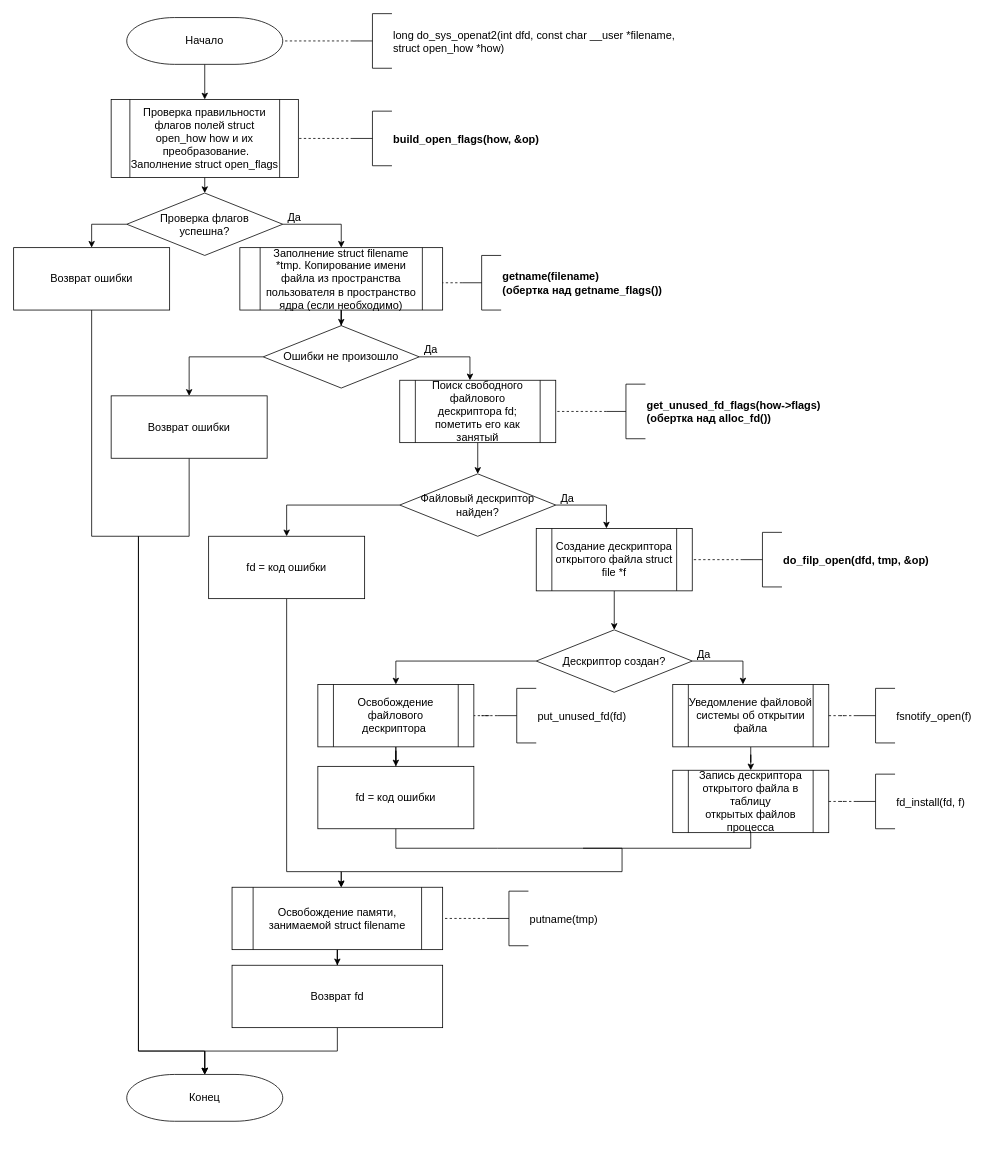
This is page "do_sys_openat2" (3 of 11) of lab_06/tex/img/clean.drawio from alena-zayts/BMSTU_6sem_operating_systems, a draw.io file, before an edit. Source tidied: cells renumbered, new cells numbered last; positions are measured from the earlier drawing's top-left corner, leaving out a move shared by most shapes. Both pictures are drawn from the tidied source at 78%, with x=0, y=0 at pixel (13, 13).
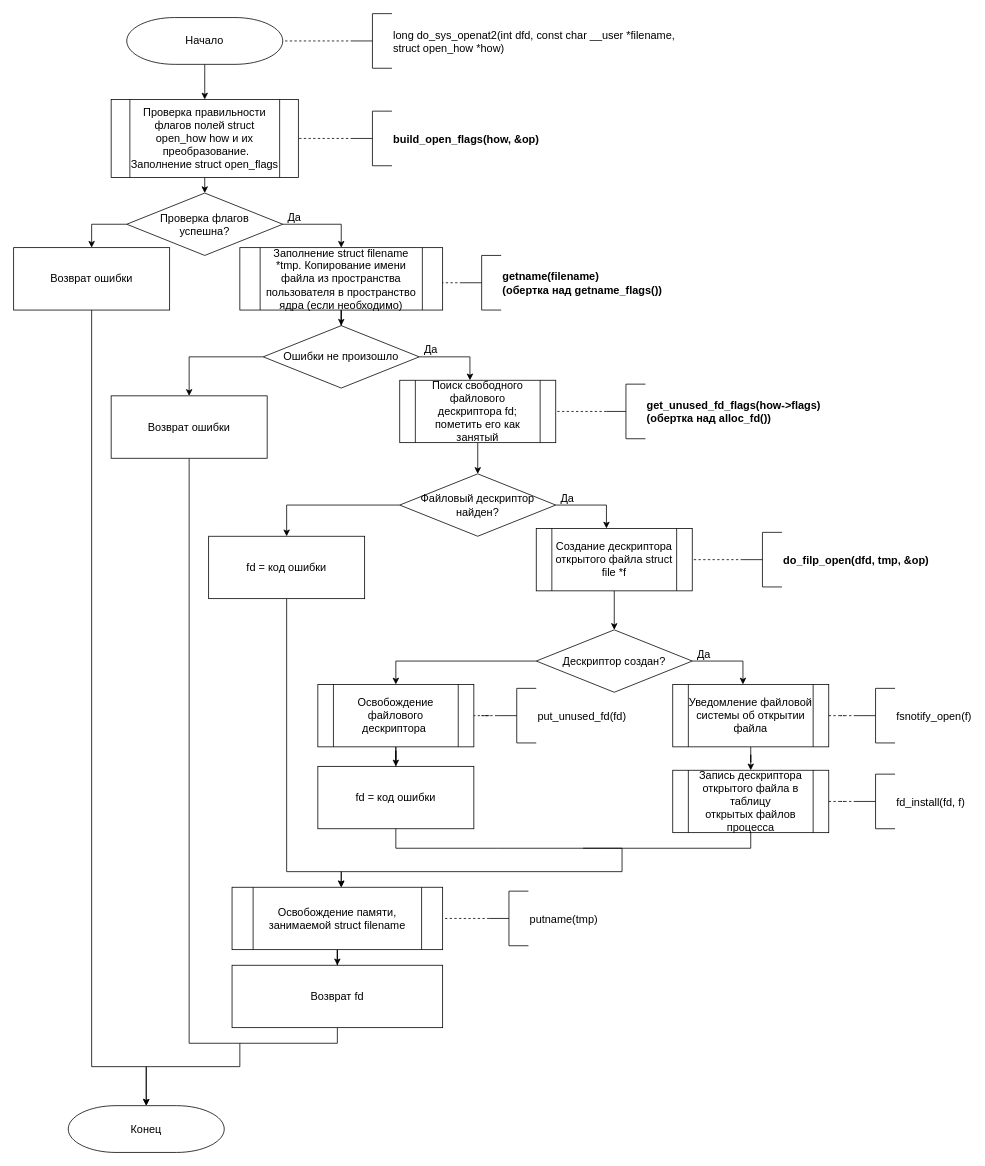
After the change.

The change refers to these unchanged cells:
```xml
<mxCell id="58" value="Возврат ошибки" style="rounded=0;whiteSpace=wrap;strokeWidth=1;fontFamily=Helvetica;fontSize=14;fontStyle=0;" parent="1" vertex="1">
  <mxGeometry y="300" width="200" height="80" as="geometry" />
</mxCell>
<mxCell id="60" value="Возврат ошибки" style="rounded=0;whiteSpace=wrap;strokeWidth=1;fontFamily=Helvetica;fontSize=14;fontStyle=0;" parent="1" vertex="1">
  <mxGeometry x="125" y="490" width="200" height="80" as="geometry" />
</mxCell>
<mxCell id="65" value="Возврат fd" style="rounded=0;whiteSpace=wrap;strokeWidth=1;fontFamily=Helvetica;fontSize=14;fontStyle=0;" parent="1" vertex="1">
  <mxGeometry x="280" y="1220" width="270" height="80" as="geometry" />
</mxCell>
```

What changed in the source:
```diff
@@
     <mxCell id="47" value="Конец" style="strokeWidth=1;shape=mxgraph.flowchart.terminator;whiteSpace=wrap;fontFamily=Helvetica;fontSize=14;fontStyle=0;" parent="1" vertex="1">
-      <mxGeometry x="145" y="1360" width="200" height="60" as="geometry" />
+      <mxGeometry x="70" y="1400" width="200" height="60" as="geometry" />
     </mxCell>
@@
     <mxCell id="57" style="edgeStyle=orthogonalEdgeStyle;rounded=0;jettySize=auto;html=1;exitX=0.5;exitY=1;exitDx=0;exitDy=0;entryX=0.5;entryY=0;entryDx=0;entryDy=0;entryPerimeter=0;" parent="1" edge="1" source="58" target="47">
       <mxGeometry relative="1" as="geometry">
         <Array as="points">
-          <mxPoint x="100" y="670" />
-          <mxPoint x="160" y="670" />
-          <mxPoint x="160" y="1330" />
-          <mxPoint x="245" y="1330" />
+          <mxPoint x="100" y="1350" />
+          <mxPoint x="170" y="1350" />
         </Array>
       </mxGeometry>
     </mxCell>
@@
-    <mxCell id="59" style="edgeStyle=orthogonalEdgeStyle;rounded=0;jettySize=auto;html=1;entryX=0.5;entryY=0;entryDx=0;entryDy=0;entryPerimeter=0;exitX=0.5;exitY=1;exitDx=0;exitDy=0;" parent="1" edge="1" source="60" target="47">
+    <mxCell id="59" style="edgeStyle=orthogonalEdgeStyle;rounded=0;jettySize=auto;html=1;exitX=0.5;exitY=1;exitDx=0;exitDy=0;endArrow=none;endFill=0;" parent="1" edge="1" source="60">
       <mxGeometry relative="1" as="geometry">
+        <mxPoint x="290" y="1320" as="targetPoint" />
         <Array as="points">
-          <mxPoint x="225" y="670" />
-          <mxPoint x="160" y="670" />
-          <mxPoint x="160" y="1330" />
-          <mxPoint x="245" y="1330" />
+          <mxPoint x="225" y="1320" />
         </Array>
       </mxGeometry>
     </mxCell>
@@
     <mxCell id="64" style="edgeStyle=orthogonalEdgeStyle;rounded=0;jettySize=auto;html=1;entryX=0.5;entryY=0;entryDx=0;entryDy=0;entryPerimeter=0;" parent="1" edge="1" source="65" target="47">
-      <mxGeometry relative="1" as="geometry" />
+      <mxGeometry relative="1" as="geometry">
+        <Array as="points">
+          <mxPoint x="415" y="1320" />
+          <mxPoint x="290" y="1320" />
+          <mxPoint x="290" y="1350" />
+          <mxPoint x="170" y="1350" />
+        </Array>
+      </mxGeometry>
     </mxCell>
```
